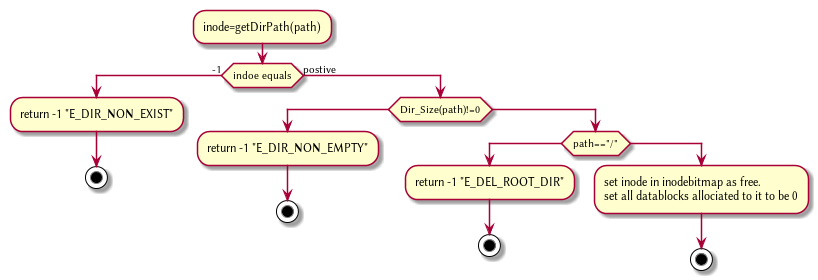
Earlier version of the PlantUML export Plant/DirUnlink.png (HawaiinPizza/CIS-450-final-project). Its diagram source:
```plantuml
@startuml
	   :inode=getDirPath(path);
	   if(indoe equals) then (-1)
		   :return -1 "E_DIR_NON_EXIST";
		   stop
	   else (postive)
		  if(Dir_Size(path)!=0)
		      :return -1 "E_DIR_NON_EMPTY";
		      stop
		  else
			  if(path=="/")
			      :return -1 "E_DEL_ROOT_DIR";
			      stop
			  else
				  :set inode in inodebitmap as free.
				  set all datablocks allociated to it to be 0;
				  stop

			  endif
		  endif
	   endif
	   @enduml
```
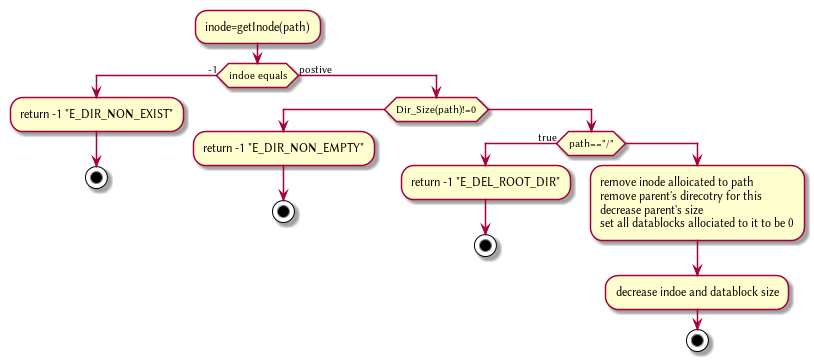
The same file after the commit.

The edit, as a diff of the source:
```diff
@@ -1,5 +1,5 @@
 @startuml
-	   :inode=getDirPath(path);
+	   :inode=getInode(path);
 	   if(indoe equals) then (-1)
 		   :return -1 "E_DIR_NON_EXIST";
 		   stop
@@ -8,12 +8,15 @@
 		      :return -1 "E_DIR_NON_EMPTY";
 		      stop
 		  else
-			  if(path=="/")
+			  if(path=="/") then (true)
 			      :return -1 "E_DEL_ROOT_DIR";
 			      stop
 			  else
-				  :set inode in inodebitmap as free.
+				  :remove inode alloicated to path
+				  remove parent's direcotry for this
+				  decrease parent's size
 				  set all datablocks allociated to it to be 0;
+				  :decrease indoe and datablock size;
 				  stop
 
 			  endif
```
